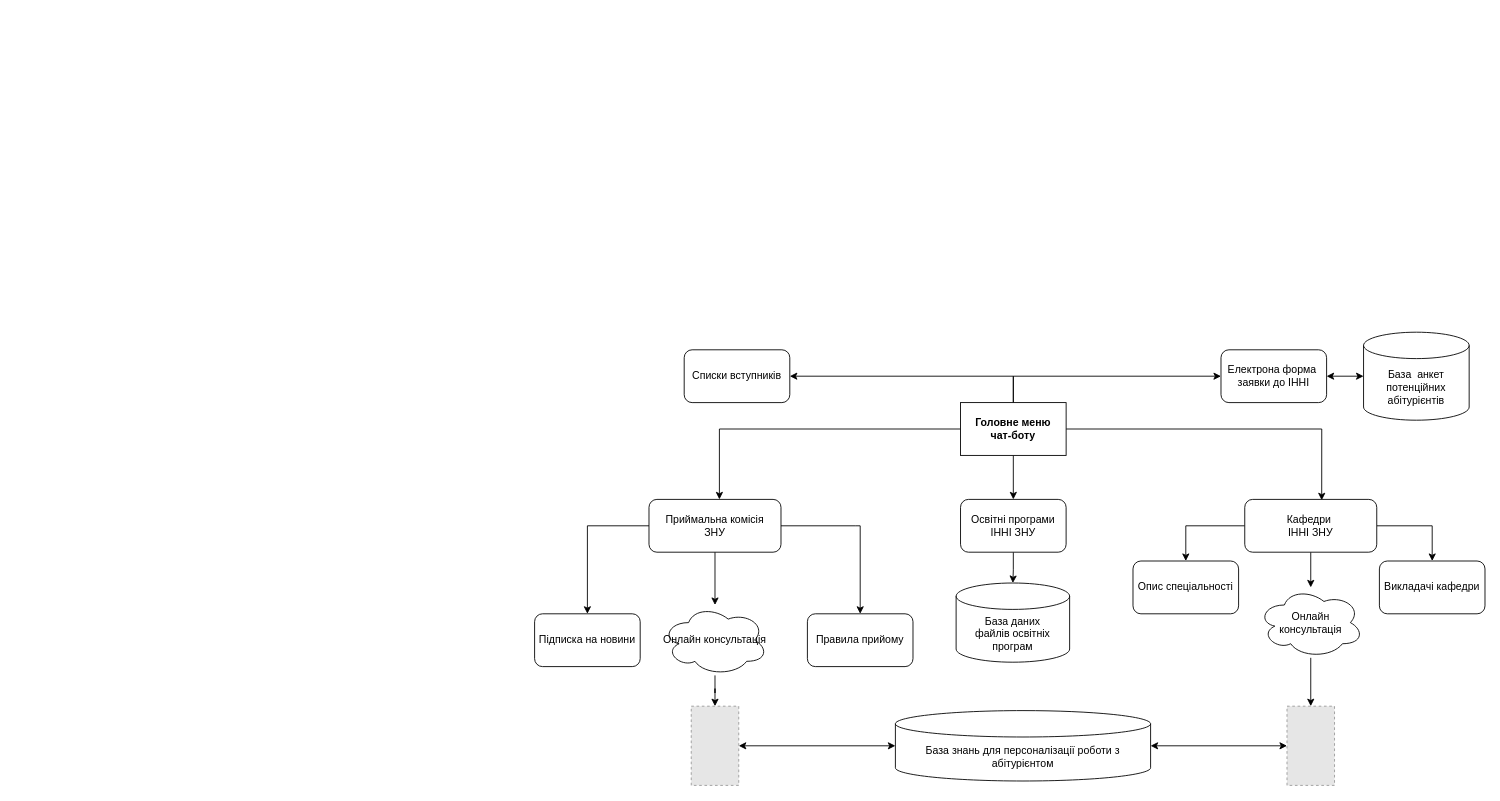
Above: chatbot2.drawio in MEvgen/test2 (draw.io), before the change. Source tidied: cells renumbered, new cells numbered last; positions are measured from the earlier drawing's top-left corner, leaving out a move shared by most shapes. Both pictures are drawn from the tidied source at 88%, with x=0, y=0 at pixel (534, 332). Pictures stored in the file or linked from it are replaced by grey dashed boxes.
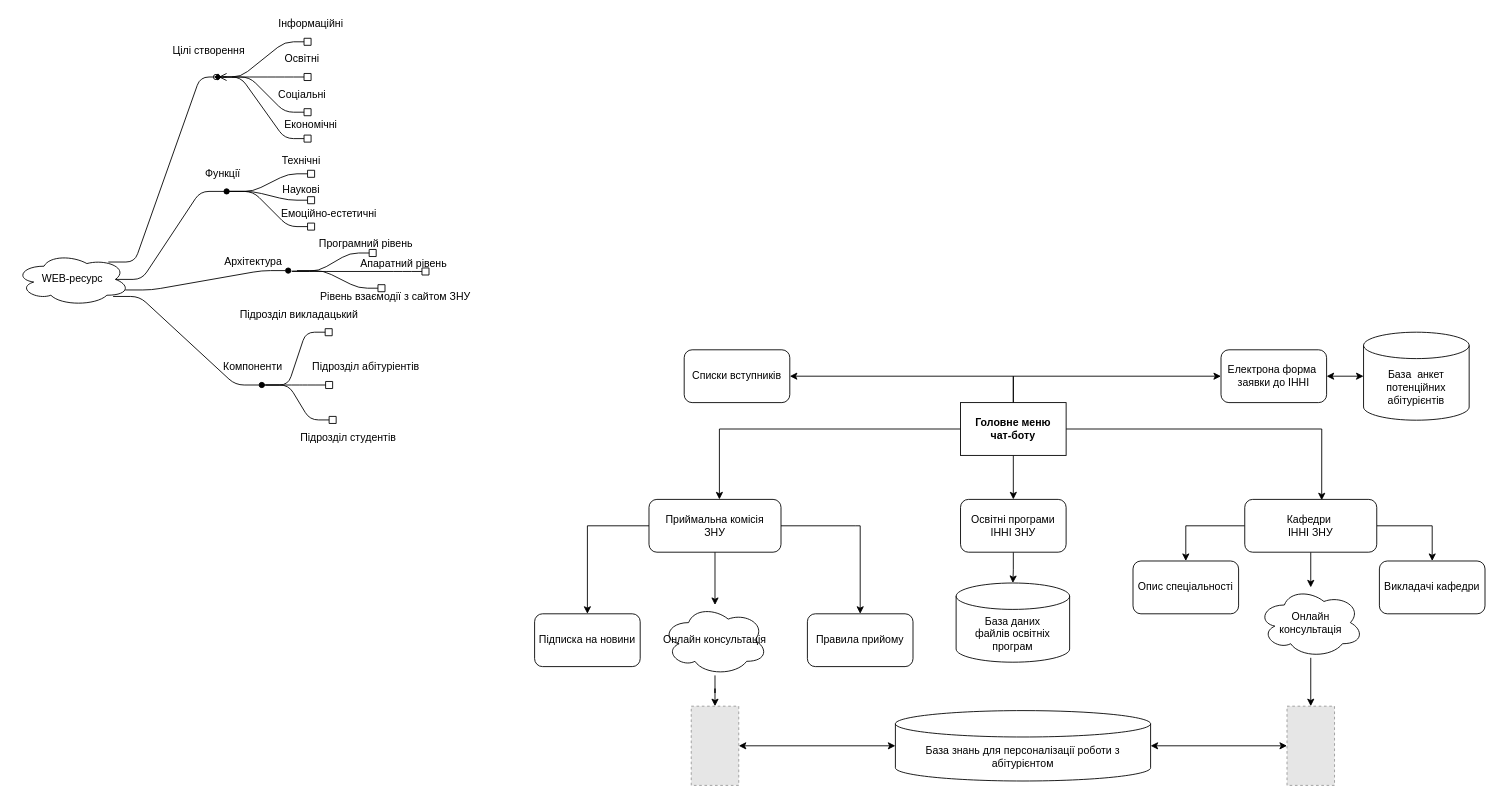
Above is the later version.

The edit, as a diff of the source:
```diff
@@
+    <mxCell id="36" style="edgeStyle=entityRelationEdgeStyle;fontSize=12;html=1;endArrow=ERzeroToMany;endFill=1;exitX=0.812;exitY=0.171;exitDx=0;exitDy=0;exitPerimeter=0;" parent="1" edge="1" source="37">
+      <mxGeometry relative="1" as="geometry">
+        <mxPoint x="-350" y="-290" as="targetPoint" />
+      </mxGeometry>
+    </mxCell>
+    <mxCell id="37" value="WEB-ресурс" style="ellipse;shape=cloud;whiteSpace=wrap;html=1;align=center;" parent="1" vertex="1">
+      <mxGeometry x="-590" y="-90" width="130" height="60" as="geometry" />
+    </mxCell>
+    <mxCell id="38" value="Цілі створення" style="text;html=1;strokeColor=none;fillColor=none;align=center;verticalAlign=middle;whiteSpace=wrap;rounded=0;" parent="1" vertex="1">
+      <mxGeometry x="-420" y="-330" width="100" height="20" as="geometry" />
+    </mxCell>
+    <mxCell id="39" style="edgeStyle=entityRelationEdgeStyle;fontSize=12;html=1;endArrow=box;endFill=0;startArrow=diamond;startFill=1;" parent="1" edge="1">
+      <mxGeometry relative="1" as="geometry">
+        <mxPoint x="-364" y="-290" as="sourcePoint" />
+        <mxPoint x="-254" y="-330" as="targetPoint" />
+      </mxGeometry>
+    </mxCell>
+    <mxCell id="40" style="edgeStyle=entityRelationEdgeStyle;fontSize=12;html=1;endArrow=box;endFill=0;" parent="1" edge="1">
+      <mxGeometry relative="1" as="geometry">
+        <mxPoint x="-344" y="-290" as="sourcePoint" />
+        <mxPoint x="-254" y="-290" as="targetPoint" />
+      </mxGeometry>
+    </mxCell>
+    <mxCell id="41" style="edgeStyle=entityRelationEdgeStyle;fontSize=12;html=1;endArrow=box;endFill=0;" parent="1" edge="1">
+      <mxGeometry relative="1" as="geometry">
+        <mxPoint x="-354" y="-290" as="sourcePoint" />
+        <mxPoint x="-254" y="-250" as="targetPoint" />
+      </mxGeometry>
+    </mxCell>
+    <mxCell id="42" value="Інформаційні" style="text;html=1;strokeColor=none;fillColor=none;align=center;verticalAlign=middle;whiteSpace=wrap;rounded=0;" parent="1" vertex="1">
+      <mxGeometry x="-304" y="-360" width="100" height="20" as="geometry" />
+    </mxCell>
+    <mxCell id="43" value="Освітні" style="text;html=1;strokeColor=none;fillColor=none;align=center;verticalAlign=middle;whiteSpace=wrap;rounded=0;" parent="1" vertex="1">
+      <mxGeometry x="-314" y="-320" width="100" height="20" as="geometry" />
+    </mxCell>
+    <mxCell id="44" value="Соціальні" style="text;html=1;strokeColor=none;fillColor=none;align=center;verticalAlign=middle;whiteSpace=wrap;rounded=0;" parent="1" vertex="1">
+      <mxGeometry x="-314" y="-280" width="100" height="20" as="geometry" />
+    </mxCell>
+    <mxCell id="45" style="edgeStyle=entityRelationEdgeStyle;fontSize=12;html=1;endArrow=box;endFill=0;" parent="1" edge="1">
+      <mxGeometry relative="1" as="geometry">
+        <mxPoint x="-364" y="-290" as="sourcePoint" />
+        <mxPoint x="-254" y="-220" as="targetPoint" />
+      </mxGeometry>
+    </mxCell>
+    <mxCell id="46" value="Економічні" style="text;html=1;strokeColor=none;fillColor=none;align=center;verticalAlign=middle;whiteSpace=wrap;rounded=0;" parent="1" vertex="1">
+      <mxGeometry x="-304" y="-246" width="100" height="20" as="geometry" />
+    </mxCell>
+    <mxCell id="47" style="edgeStyle=entityRelationEdgeStyle;fontSize=12;html=1;endArrow=oval;endFill=1;exitX=0.875;exitY=0.5;exitDx=0;exitDy=0;exitPerimeter=0;" parent="1" edge="1" source="37">
+      <mxGeometry relative="1" as="geometry">
+        <mxPoint x="-350" y="-160" as="targetPoint" />
+      </mxGeometry>
+    </mxCell>
+    <mxCell id="48" value="Функції" style="text;html=1;strokeColor=none;fillColor=none;align=center;verticalAlign=middle;whiteSpace=wrap;rounded=0;" parent="1" vertex="1">
+      <mxGeometry x="-404" y="-190" width="100" height="20" as="geometry" />
+    </mxCell>
+    <mxCell id="49" style="edgeStyle=entityRelationEdgeStyle;fontSize=12;html=1;endArrow=box;endFill=0;" parent="1" edge="1">
+      <mxGeometry relative="1" as="geometry">
+        <mxPoint x="-350" y="-160" as="sourcePoint" />
+        <mxPoint x="-250" y="-180" as="targetPoint" />
+      </mxGeometry>
+    </mxCell>
+    <mxCell id="50" style="edgeStyle=entityRelationEdgeStyle;fontSize=12;html=1;endArrow=box;endFill=0;" parent="1" edge="1">
+      <mxGeometry relative="1" as="geometry">
+        <mxPoint x="-350" y="-160" as="sourcePoint" />
+        <mxPoint x="-250" y="-120" as="targetPoint" />
+      </mxGeometry>
+    </mxCell>
+    <mxCell id="51" style="edgeStyle=entityRelationEdgeStyle;fontSize=12;html=1;endArrow=box;endFill=0;" parent="1" edge="1">
+      <mxGeometry relative="1" as="geometry">
+        <mxPoint x="-350" y="-160" as="sourcePoint" />
+        <mxPoint x="-250" y="-150" as="targetPoint" />
+      </mxGeometry>
+    </mxCell>
+    <mxCell id="52" value="Технічні" style="text;html=1;strokeColor=none;fillColor=none;align=center;verticalAlign=middle;whiteSpace=wrap;rounded=0;" parent="1" vertex="1">
+      <mxGeometry x="-315" y="-205" width="100" height="20" as="geometry" />
+    </mxCell>
+    <mxCell id="53" value="Наукові" style="text;html=1;strokeColor=none;fillColor=none;align=center;verticalAlign=middle;whiteSpace=wrap;rounded=0;" parent="1" vertex="1">
+      <mxGeometry x="-315" y="-172" width="100" height="20" as="geometry" />
+    </mxCell>
+    <mxCell id="54" value="Емоційно-естетичні" style="text;html=1;strokeColor=none;fillColor=none;align=center;verticalAlign=middle;whiteSpace=wrap;rounded=0;" parent="1" vertex="1">
+      <mxGeometry x="-304" y="-144" width="141" height="20" as="geometry" />
+    </mxCell>
+    <mxCell id="55" style="edgeStyle=entityRelationEdgeStyle;fontSize=12;html=1;endArrow=oval;endFill=1;exitX=0.854;exitY=0.823;exitDx=0;exitDy=0;exitPerimeter=0;" parent="1" edge="1" source="37">
+      <mxGeometry relative="1" as="geometry">
+        <mxPoint x="-310" y="60" as="targetPoint" />
+      </mxGeometry>
+    </mxCell>
+    <mxCell id="56" style="edgeStyle=entityRelationEdgeStyle;fontSize=12;html=1;endArrow=box;endFill=0;" parent="1" edge="1">
+      <mxGeometry relative="1" as="geometry">
+        <mxPoint x="-310" y="60" as="sourcePoint" />
+        <mxPoint x="-230" as="targetPoint" />
+      </mxGeometry>
+    </mxCell>
+    <mxCell id="57" style="edgeStyle=entityRelationEdgeStyle;fontSize=12;html=1;endArrow=box;endFill=0;" parent="1" edge="1">
+      <mxGeometry relative="1" as="geometry">
+        <mxPoint x="-305.5" y="60" as="sourcePoint" />
+        <mxPoint x="-229.5" y="60" as="targetPoint" />
+      </mxGeometry>
+    </mxCell>
+    <mxCell id="58" value="Компоненти" style="text;html=1;strokeColor=none;fillColor=none;align=center;verticalAlign=middle;whiteSpace=wrap;rounded=0;" parent="1" vertex="1">
+      <mxGeometry x="-370" y="30" width="100" height="20" as="geometry" />
+    </mxCell>
+    <mxCell id="59" value="Підрозділ викладацький" style="text;html=1;strokeColor=none;fillColor=none;align=center;verticalAlign=middle;whiteSpace=wrap;rounded=0;" parent="1" vertex="1">
+      <mxGeometry x="-340" y="-30" width="145" height="20" as="geometry" />
+    </mxCell>
+    <mxCell id="60" value="Підрозділ абітуріентів" style="text;html=1;strokeColor=none;fillColor=none;align=center;verticalAlign=middle;whiteSpace=wrap;rounded=0;" parent="1" vertex="1">
+      <mxGeometry x="-264" y="30" width="145" height="20" as="geometry" />
+    </mxCell>
+    <mxCell id="61" style="edgeStyle=entityRelationEdgeStyle;fontSize=12;html=1;endArrow=box;endFill=0;" parent="1" edge="1">
+      <mxGeometry relative="1" as="geometry">
+        <mxPoint x="-309.5" y="60" as="sourcePoint" />
+        <mxPoint x="-225.5" y="99.7" as="targetPoint" />
+      </mxGeometry>
+    </mxCell>
+    <mxCell id="62" value="Підрозділ студентів" style="text;html=1;strokeColor=none;fillColor=none;align=center;verticalAlign=middle;whiteSpace=wrap;rounded=0;" parent="1" vertex="1">
+      <mxGeometry x="-284" y="110" width="145" height="20" as="geometry" />
+    </mxCell>
+    <mxCell id="63" style="edgeStyle=entityRelationEdgeStyle;fontSize=12;html=1;endArrow=oval;endFill=1;exitX=0.96;exitY=0.7;exitDx=0;exitDy=0;exitPerimeter=0;" parent="1" edge="1" source="37">
+      <mxGeometry relative="1" as="geometry">
+        <mxPoint x="-280" y="-70" as="targetPoint" />
+      </mxGeometry>
+    </mxCell>
+    <mxCell id="64" value="Архітектура" style="text;html=1;strokeColor=none;fillColor=none;align=center;verticalAlign=middle;whiteSpace=wrap;rounded=0;" parent="1" vertex="1">
+      <mxGeometry x="-392.5" y="-90" width="145" height="20" as="geometry" />
+    </mxCell>
+    <mxCell id="65" style="edgeStyle=entityRelationEdgeStyle;fontSize=12;html=1;endArrow=box;endFill=0;exitX=0.807;exitY=1.027;exitDx=0;exitDy=0;exitPerimeter=0;" parent="1" edge="1" source="64">
+      <mxGeometry relative="1" as="geometry">
+        <mxPoint x="-180" y="-90" as="targetPoint" />
+      </mxGeometry>
+    </mxCell>
+    <mxCell id="66" value="Програмний рівень" style="text;html=1;strokeColor=none;fillColor=none;align=center;verticalAlign=middle;whiteSpace=wrap;rounded=0;" parent="1" vertex="1">
+      <mxGeometry x="-264" y="-110" width="145" height="20" as="geometry" />
+    </mxCell>
+    <mxCell id="67" style="edgeStyle=entityRelationEdgeStyle;fontSize=12;html=1;endArrow=box;endFill=0;exitX=0.845;exitY=1;exitDx=0;exitDy=0;exitPerimeter=0;" parent="1" edge="1" source="64">
+      <mxGeometry relative="1" as="geometry">
+        <mxPoint x="-170" y="-50" as="targetPoint" />
+      </mxGeometry>
+    </mxCell>
+    <mxCell id="68" value="Рівень взаємодії з сайтом ЗНУ" style="text;html=1;strokeColor=none;fillColor=none;align=center;verticalAlign=middle;whiteSpace=wrap;rounded=0;" parent="1" vertex="1">
+      <mxGeometry x="-247.5" y="-50" width="177.5" height="20" as="geometry" />
+    </mxCell>
+    <mxCell id="69" style="edgeStyle=entityRelationEdgeStyle;fontSize=12;html=1;endArrow=box;endFill=0;exitX=0.803;exitY=1.05;exitDx=0;exitDy=0;exitPerimeter=0;" parent="1" edge="1" source="64">
+      <mxGeometry relative="1" as="geometry">
+        <mxPoint x="-120" y="-69" as="targetPoint" />
+      </mxGeometry>
+    </mxCell>
+    <mxCell id="70" value="Апаратний рівень" style="text;html=1;strokeColor=none;fillColor=none;align=center;verticalAlign=middle;whiteSpace=wrap;rounded=0;" parent="1" vertex="1">
+      <mxGeometry x="-221" y="-88" width="145" height="20" as="geometry" />
+    </mxCell>
```
